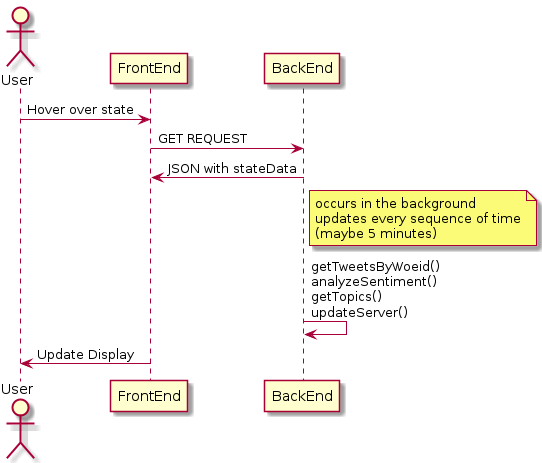
The PlantUML diagram uml/sequenceUML.png in TechNaturalist/PopularTweetMap, before a commit.
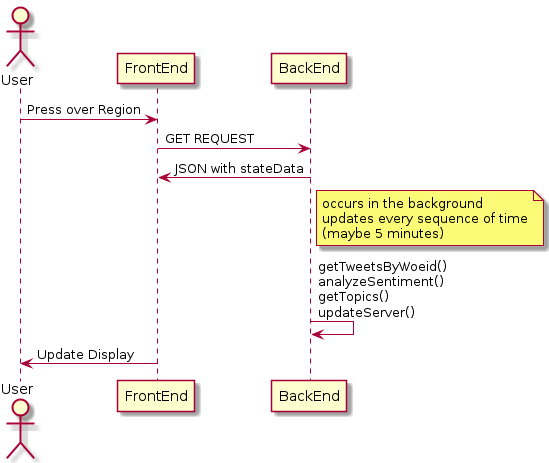
The same file after the commit.

Diff of the diagram source:
```diff
@@ -6,7 +6,7 @@
 participant FrontEnd order 2
 participant BackEnd order 3
 
-User -> FrontEnd : Hover over state
+User -> FrontEnd : Press over Region
 
 FrontEnd -> BackEnd : GET REQUEST
 
```
